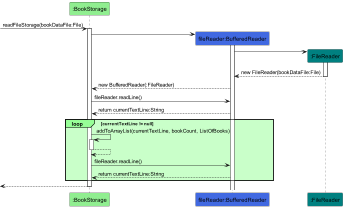
Before: docs/images/ReadFileStorageDiagram.png, a diagram exported from PlantUML (kirangeofran/tp).
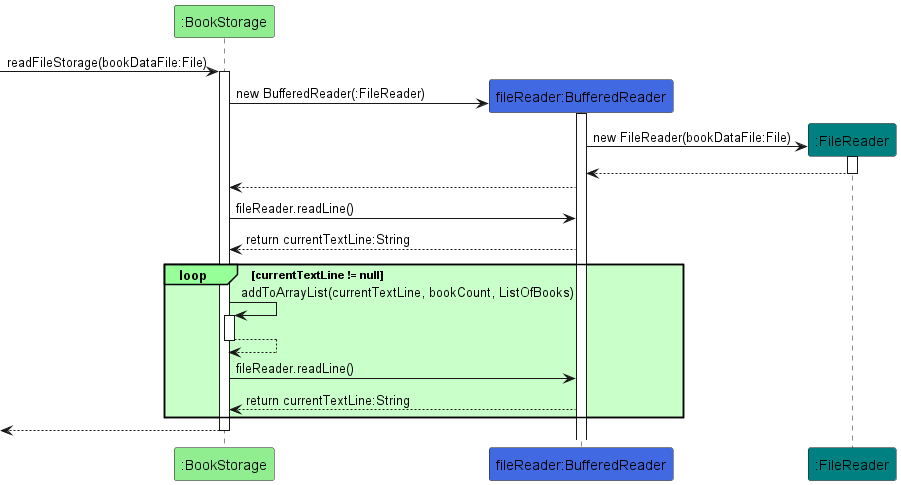
Later version of the same file.

Commit message:
Fix diagram for ReadFileStorage

Change to the diagram source:
```diff
@@ -9,17 +9,17 @@
 activate BookStorage
 
 create BufferedReader
-BookStorage -> BufferedReader
+BookStorage -> BufferedReader : new BufferedReader(:FileReader)
 activate BufferedReader
 
 create FileReader
-BufferedReader -> FileReader
+BufferedReader -> FileReader : new FileReader(bookDataFile:File)
 activate FileReader
 
-FileReader --> BufferedReader : new FileReader(bookDataFile:File)
+FileReader --> BufferedReader
 deactivate FileReader
 
-BufferedReader --> BookStorage : new BufferedReader(:FileReader)
+BufferedReader --> BookStorage
 
 BookStorage -> BufferedReader : fileReader.readLine()
 
```
